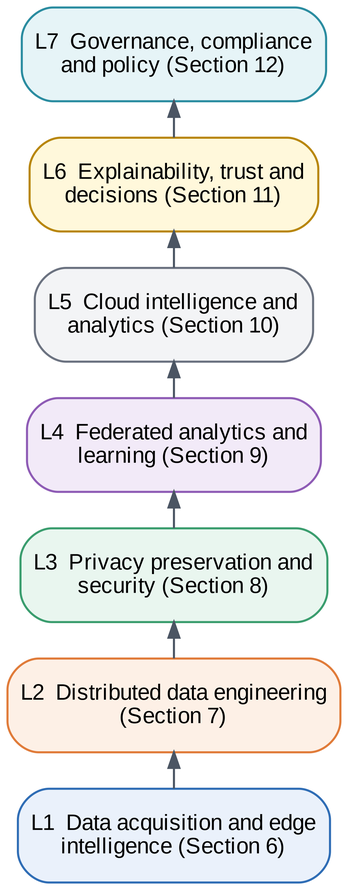
This is 01_Diagrams/Fig 07 Multi-Layer Architectural View.png from lakshay-chauhan/data-privacy-project, a Graphviz export, as it was before one commit. Its source is kept beside it as 01_Diagrams/dot_sources/Fig 07 Multi-Layer Architectural View.dot. The source it was exported from:
```dot
digraph G { graph [fontname="Liberation Sans", fontsize=9, bgcolor="white", pad=0.04, nodesep=0.14, ranksep=0.2, compound=true, size="3.45,8.2", splines=true]; node [shape=box, style="rounded,filled", fontname="Liberation Sans", fontsize=8.5, fillcolor="#EAF1FB", color="#2F6DB5", penwidth=0.8, margin="0.07,0.035"]; edge [color="#4B5563", arrowsize=0.6, penwidth=0.8, fontname="Liberation Sans", fontsize=7.5]; rankdir=BT;
n0 [label="L1  Data acquisition and edge
intelligence (Section 6)", fillcolor="#EAF1FB", color="#2F6DB5"];
n1 [label="L2  Distributed data engineering
(Section 7)", fillcolor="#FDF0E6", color="#E07B39"];
n2 [label="L3  Privacy preservation and
security (Section 8)", fillcolor="#E9F6EF", color="#3A9D6E"];
n3 [label="L4  Federated analytics and
learning (Section 9)", fillcolor="#F2EAF8", color="#8E5BB5"];
n4 [label="L5  Cloud intelligence and
analytics (Section 10)", fillcolor="#F3F4F6", color="#6B7280"];
n5 [label="L6  Explainability, trust and
decisions (Section 11)", fillcolor="#FFF8DB", color="#B8860B"];
n6 [label="L7  Governance, compliance
and policy (Section 12)", fillcolor="#E6F4F7", color="#2A8CA0"];
n0 -> n1;
n1 -> n2;
n2 -> n3;
n3 -> n4;
n4 -> n5;
n5 -> n6;
}
```
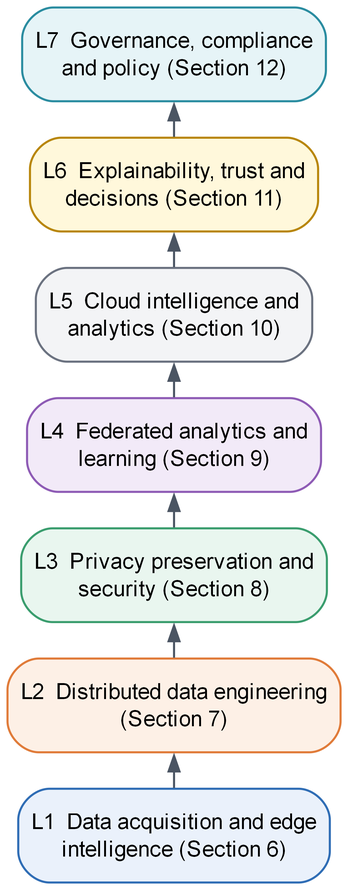
Later version of the same file.

Diff of the diagram source:
```diff
@@ -1,4 +1,4 @@
-digraph G { graph [fontname="Liberation Sans", fontsize=9, bgcolor="white", pad=0.04, nodesep=0.14, ranksep=0.2, compound=true, size="3.45,8.2", splines=true]; node [shape=box, style="rounded,filled", fontname="Liberation Sans", fontsize=8.5, fillcolor="#EAF1FB", color="#2F6DB5", penwidth=0.8, margin="0.07,0.035"]; edge [color="#4B5563", arrowsize=0.6, penwidth=0.8, fontname="Liberation Sans", fontsize=7.5]; rankdir=BT;
+digraph G { graph [fontname="Arial", fontsize=9, bgcolor="white", pad=0.04, nodesep=0.14, ranksep=0.2, compound=true, size="3.45,8.2", splines=true]; node [shape=box, style="rounded,filled", fontname="Arial", fontsize=8.5, fillcolor="#EAF1FB", color="#2F6DB5", penwidth=0.8, margin="0.07,0.035"]; edge [color="#4B5563", arrowsize=0.6, penwidth=0.8, fontname="Arial", fontsize=7.5]; rankdir=BT;
 n0 [label="L1  Data acquisition and edge
 intelligence (Section 6)", fillcolor="#EAF1FB", color="#2F6DB5"];
 n1 [label="L2  Distributed data engineering
```
